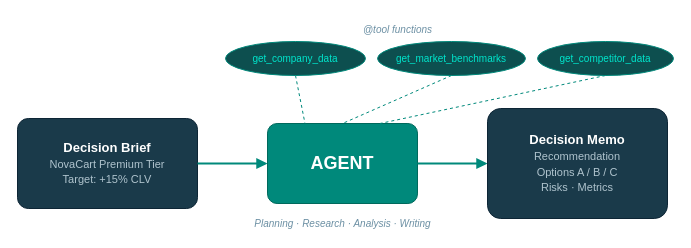
aws-samples/sample-multi-agent-systems-with-strands-workshop keeps this draw.io diagram as samples/02-single-agent/single-agent.drawio. Above is the earlier version. Source tidied: cells renumbered, new cells numbered last; positions are measured from the earlier drawing's top-left corner, leaving out a move shared by most shapes. Both pictures are drawn from the tidied source at 100%, with x=0, y=0 at pixel (17, 17).
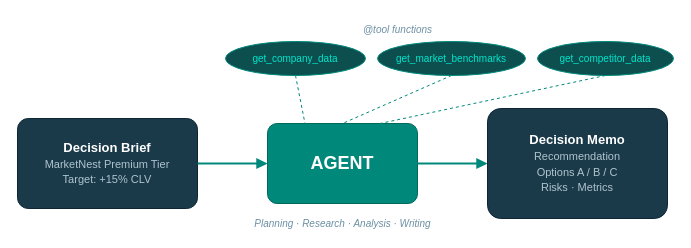
After the change.

The edit, as a diff of the source:
```diff
@@
 <mxGraphModel>
   <root>
     <mxCell id="0" />
     <mxCell id="1" parent="0" />
-    <mxCell id="2" value="&lt;b&gt;Decision Brief&lt;/b&gt;&lt;br/&gt;&lt;font color='#B0C4CE' style='font-size:11px'&gt;NovaCart Premium Tier&lt;br/&gt;Target: +15% CLV&lt;/font&gt;" style="rounded=1;whiteSpace=wrap;html=1;fillColor=#1A3A4A;strokeColor=#0D2535;fontColor=#ffffff;fontSize=13;arcSize=12;align=center;verticalAlign=middle;" parent="1" vertex="1">
+    <mxCell id="2" value="&lt;b&gt;Decision Brief&lt;/b&gt;&lt;br/&gt;&lt;font color='#B0C4CE' style='font-size:11px'&gt;MarketNest Premium Tier&lt;br/&gt;Target: +15% CLV&lt;/font&gt;" style="rounded=1;whiteSpace=wrap;html=1;fillColor=#1A3A4A;strokeColor=#0D2535;fontColor=#ffffff;fontSize=13;arcSize=12;align=center;verticalAlign=middle;" parent="1" vertex="1">
       <mxGeometry y="101" width="180" height="90" as="geometry" />
     </mxCell>
     <mxCell id="3" style="edgeStyle=orthogonalEdgeStyle;html=1;endArrow=block;endFill=1;strokeColor=#00897B;strokeWidth=2;rounded=0;exitX=1;exitY=0.5;exitDx=0;exitDy=0;entryX=0;entryY=0.5;entryDx=0;entryDy=0;" parent="1" edge="1" source="2" target="4">
       <mxGeometry relative="1" as="geometry" />
     </mxCell>
     <mxCell id="4" value="&lt;b&gt;AGENT&lt;/b&gt;" style="rounded=1;whiteSpace=wrap;html=1;fillColor=#00897B;strokeColor=#00695C;fontColor=#ffffff;fontSize=18;fontStyle=1;arcSize=12;align=center;verticalAlign=middle;" parent="1" vertex="1">
       <mxGeometry x="250" y="106" width="150" height="80" as="geometry" />
     </mxCell>
     <mxCell id="5" value="Planning · Research · Analysis · Writing" style="text;html=1;fontColor=#6B8FA3;fontSize=10;align=center;fontStyle=2;" parent="1" vertex="1">
       <mxGeometry x="190" y="194" width="270" height="20" as="geometry" />
     </mxCell>
     <mxCell id="6" style="edgeStyle=orthogonalEdgeStyle;html=1;endArrow=block;endFill=1;strokeColor=#00897B;strokeWidth=2;rounded=0;exitX=1;exitY=0.5;exitDx=0;exitDy=0;entryX=0;entryY=0.5;entryDx=0;entryDy=0;" parent="1" edge="1" source="4" target="7">
       <mxGeometry relative="1" as="geometry" />
     </mxCell>
     <mxCell id="7" value="&lt;b&gt;Decision Memo&lt;/b&gt;&lt;br/&gt;&lt;font color='#B0C4CE' style='font-size:11px'&gt;Recommendation&lt;br/&gt;Options A / B / C&lt;br/&gt;Risks · Metrics&lt;/font&gt;" style="rounded=1;whiteSpace=wrap;html=1;fillColor=#1A3A4A;strokeColor=#0D2535;fontColor=#ffffff;fontSize=13;arcSize=12;align=center;verticalAlign=middle;" parent="1" vertex="1">
       <mxGeometry x="470" y="91" width="180" height="110" as="geometry" />
     </mxCell>
     <mxCell id="8" value="get_company_data" style="ellipse;whiteSpace=wrap;html=1;fillColor=#0D4F4F;strokeColor=#00897B;fontColor=#00E5CC;fontSize=10;align=center;" parent="1" vertex="1">
       <mxGeometry x="208" y="24" width="140" height="34" as="geometry" />
     </mxCell>
     <mxCell id="9" value="get_market_benchmarks" style="ellipse;whiteSpace=wrap;html=1;fillColor=#0D4F4F;strokeColor=#00897B;fontColor=#00E5CC;fontSize=10;align=center;" parent="1" vertex="1">
       <mxGeometry x="360" y="24" width="148" height="34" as="geometry" />
     </mxCell>
     <mxCell id="10" value="get_competitor_data" style="ellipse;whiteSpace=wrap;html=1;fillColor=#0D4F4F;strokeColor=#00897B;fontColor=#00E5CC;fontSize=10;align=center;" parent="1" vertex="1">
       <mxGeometry x="520" y="24" width="136" height="34" as="geometry" />
     </mxCell>
     <mxCell id="11" style="edgeStyle=none;html=1;endArrow=none;startArrow=none;dashed=1;strokeColor=#00897B;strokeWidth=1;exitX=0.5;exitY=1;exitDx=0;exitDy=0;entryX=0.25;entryY=0;entryDx=0;entryDy=0;" parent="1" edge="1" source="8" target="4">
       <mxGeometry relative="1" as="geometry" />
     </mxCell>
     <mxCell id="12" style="edgeStyle=none;html=1;endArrow=none;startArrow=none;dashed=1;strokeColor=#00897B;strokeWidth=1;exitX=0.5;exitY=1;exitDx=0;exitDy=0;entryX=0.5;entryY=0;entryDx=0;entryDy=0;" parent="1" edge="1" source="9" target="4">
       <mxGeometry relative="1" as="geometry" />
     </mxCell>
     <mxCell id="13" style="edgeStyle=none;html=1;endArrow=none;startArrow=none;dashed=1;strokeColor=#00897B;strokeWidth=1;exitX=0.5;exitY=1;exitDx=0;exitDy=0;entryX=0.75;entryY=0;entryDx=0;entryDy=0;" parent="1" edge="1" source="10" target="4">
       <mxGeometry relative="1" as="geometry" />
     </mxCell>
     <mxCell id="14" value="@tool functions" style="text;html=1;fontColor=#6B8FA3;fontSize=10;align=center;fontStyle=2;" parent="1" vertex="1">
       <mxGeometry x="330" width="100" height="18" as="geometry" />
     </mxCell>
   </root>
 </mxGraphModel>
```
